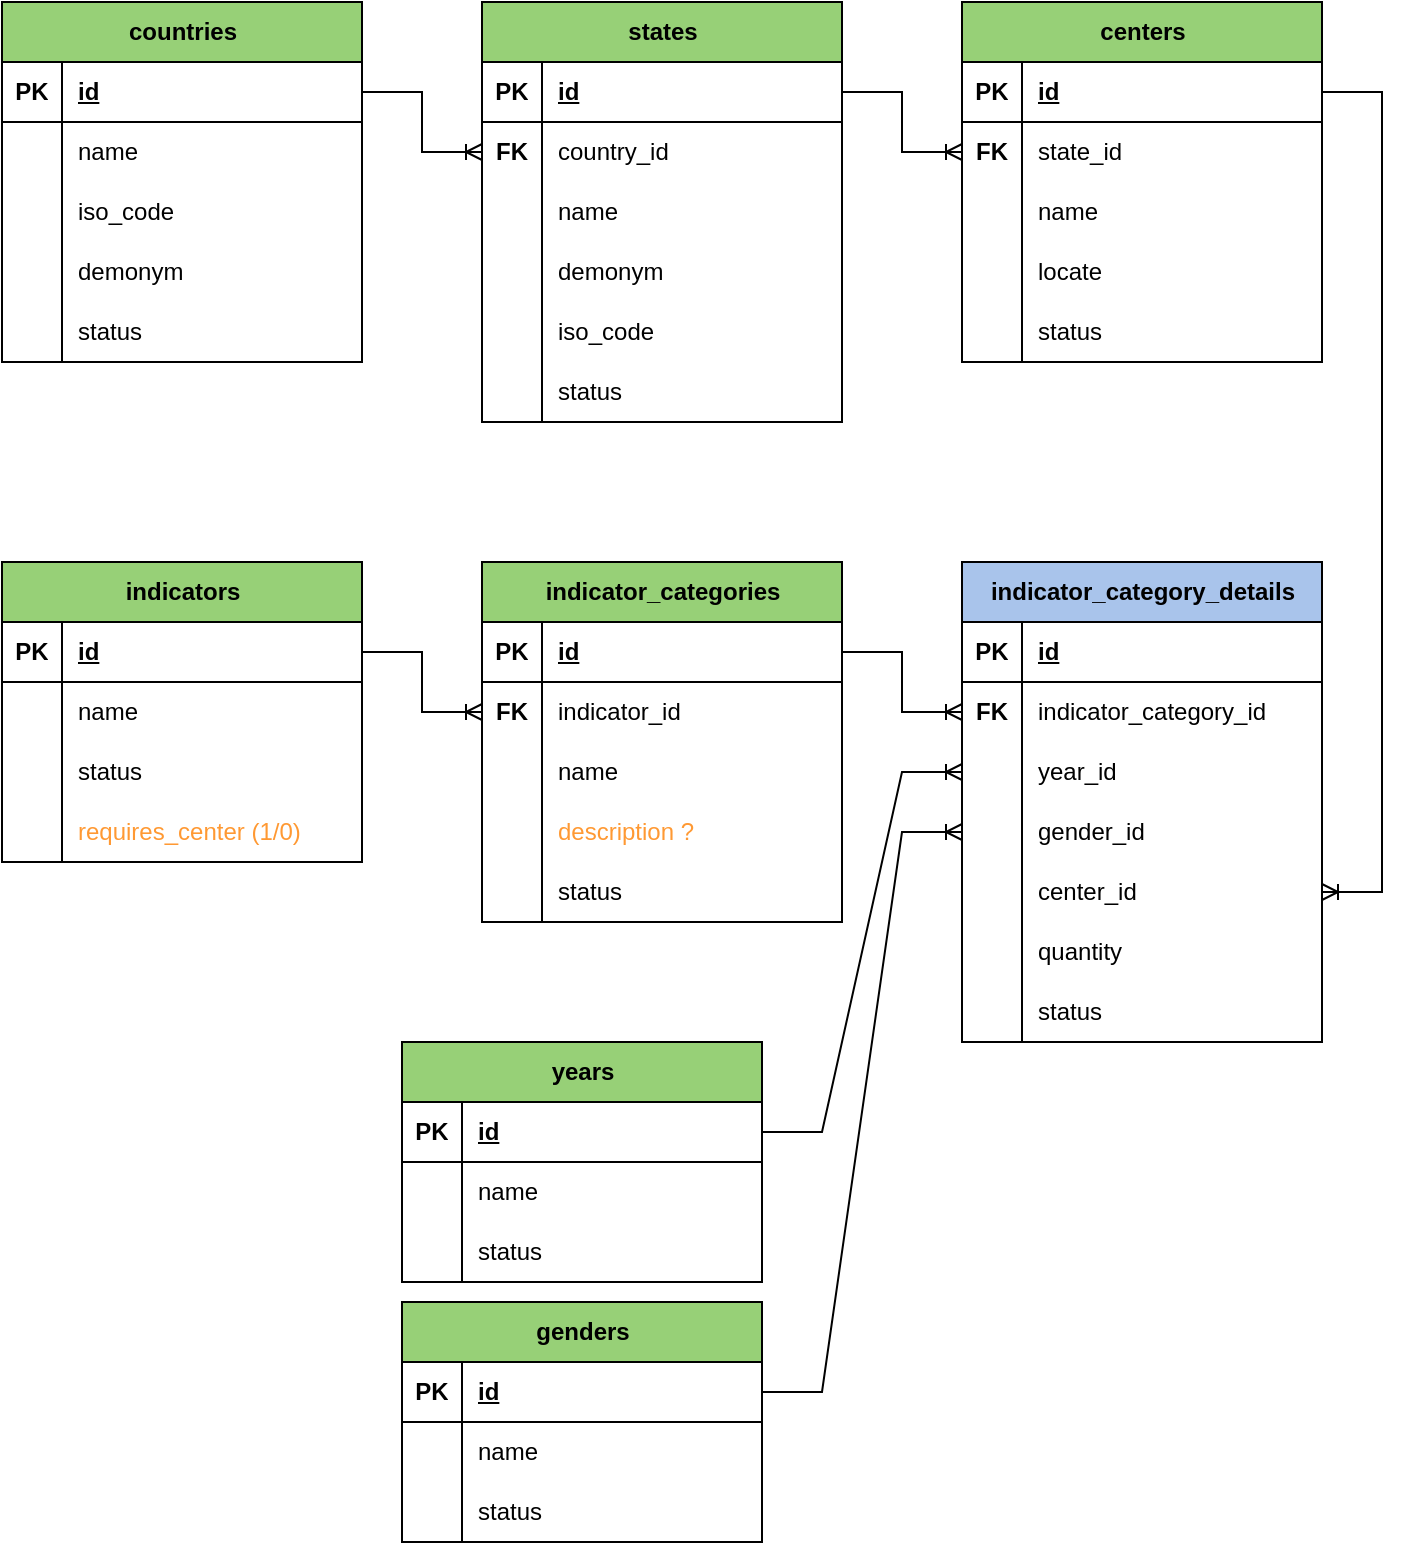
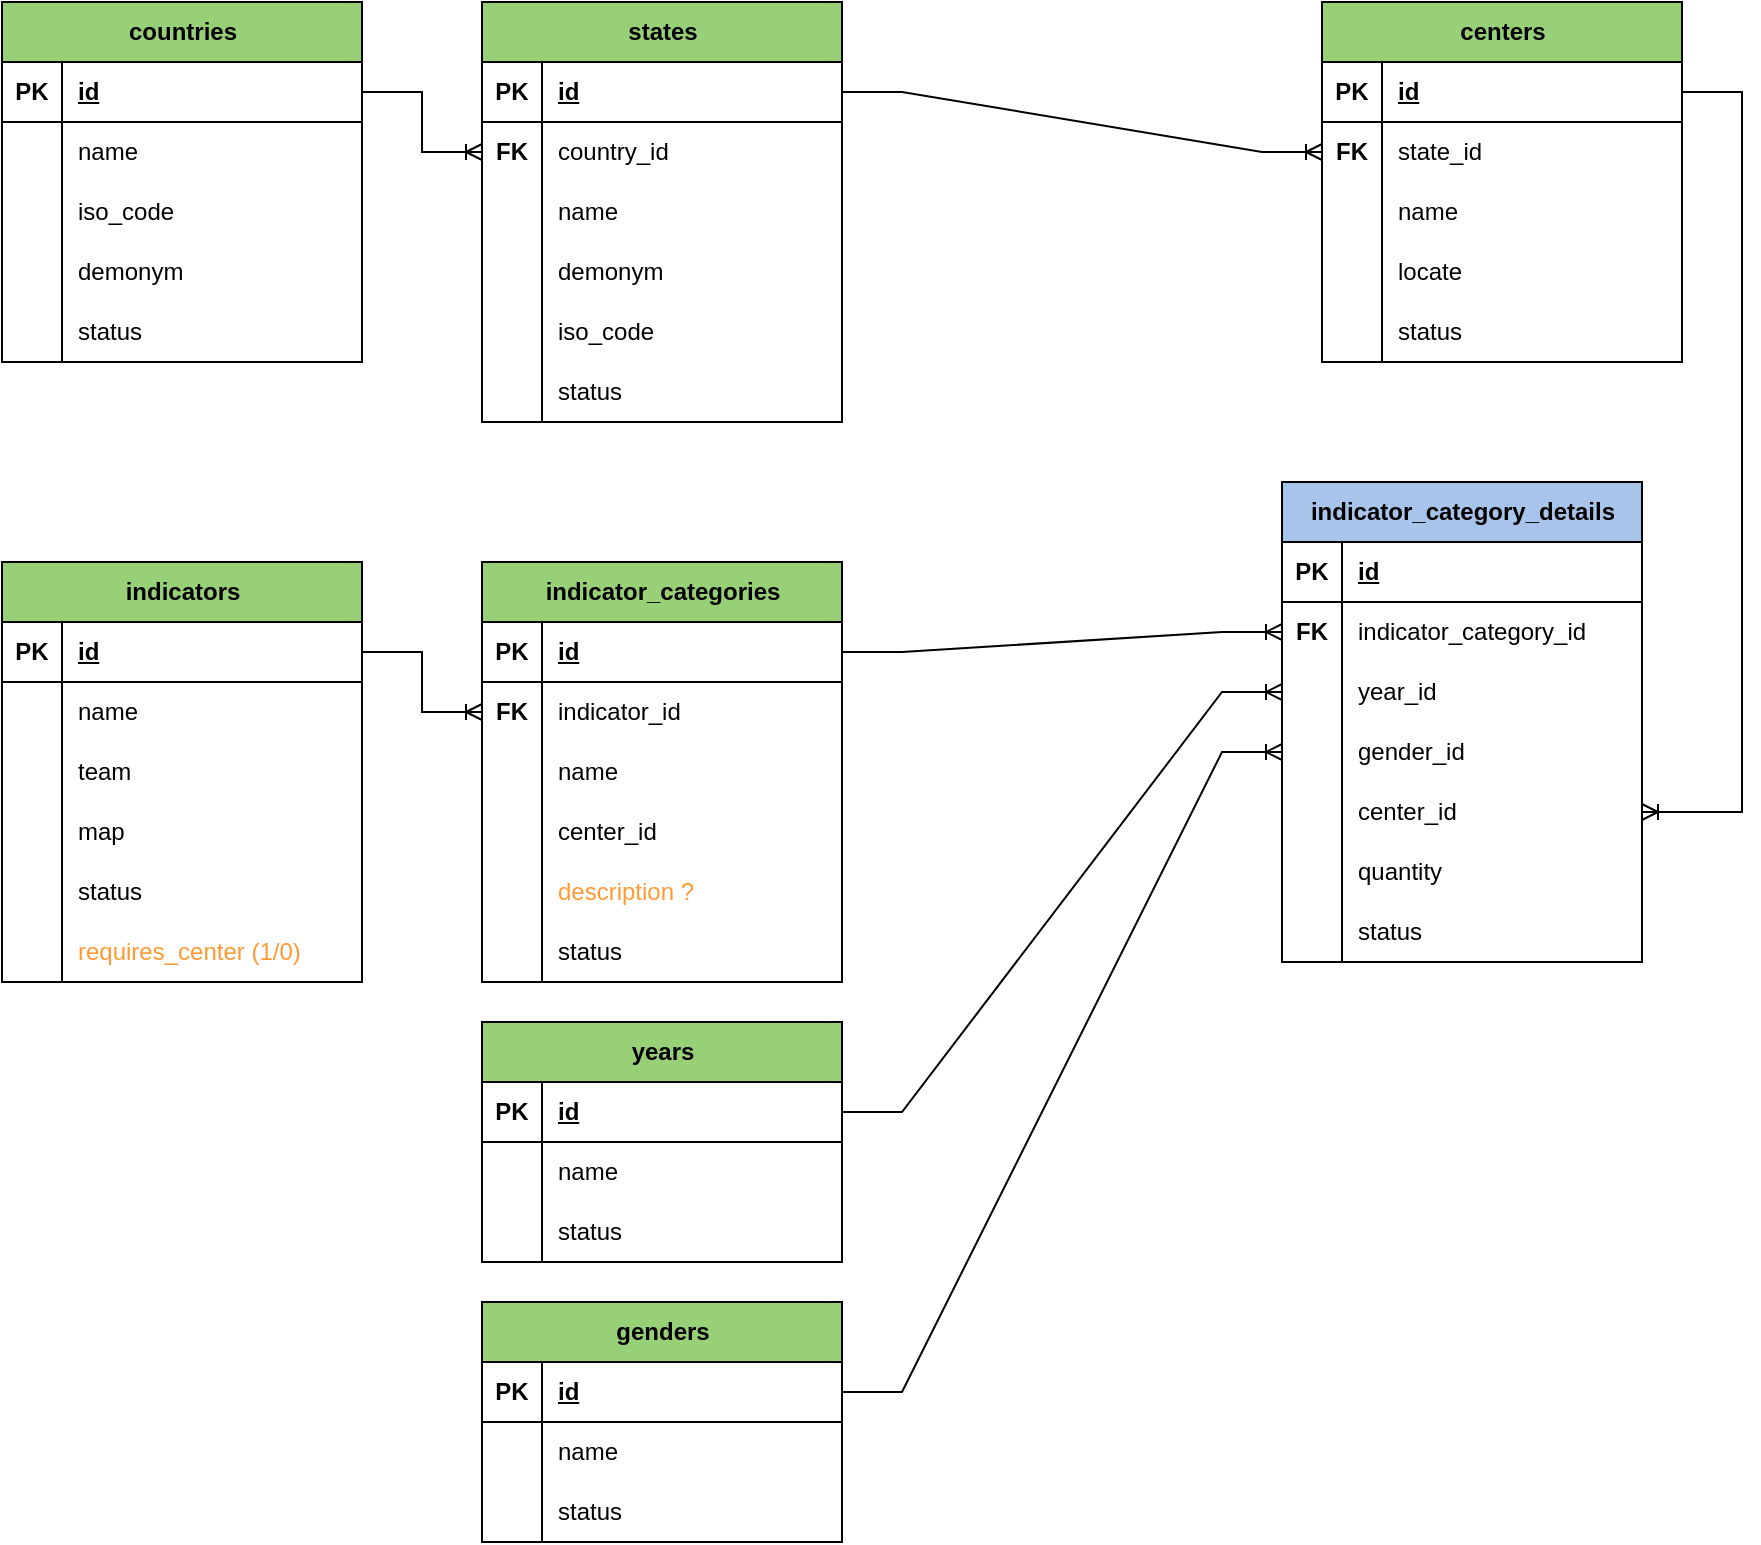
- <mxfile host="app.diagrams.net" agent="Mozilla/5.0 (Windows NT 10.0; Win64; x64) AppleWebKit/537.36 (KHTML, like Gecko) Chrome/142.0.0.0 Safari/537.36" version="29.2.6">
+ <mxfile host="app.diagrams.net" agent="Mozilla/5.0 (Windows NT 10.0; Win64; x64) AppleWebKit/537.36 (KHTML, like Gecko) Chrome/143.0.0.0 Safari/537.36" version="29.2.7">
  <diagram name="Página-1" id="_8EQAH1Wy183vU3yX7v0">
    <mxGraphModel dx="1426" dy="743" grid="1" gridSize="10" guides="1" tooltips="1" connect="1" arrows="1" fold="1" page="1" pageScale="1" pageWidth="827" pageHeight="1169" math="0" shadow="0">
      <root>
        <mxCell id="0" />
        <mxCell id="1" parent="0" />
        <mxCell id="jeW91b3SFmuc4ZiNpk8l-1" parent="1" style="shape=table;startSize=30;container=1;collapsible=1;childLayout=tableLayout;fixedRows=1;rowLines=0;fontStyle=1;align=center;resizeLast=1;html=1;fillColor=#97D077;" value="years" vertex="1">
-           <mxGeometry height="120" width="180" x="240" y="560" as="geometry" />
+           <mxGeometry height="120" width="180" x="280" y="550" as="geometry" />
        </mxCell>
        <mxCell id="jeW91b3SFmuc4ZiNpk8l-2" parent="jeW91b3SFmuc4ZiNpk8l-1" style="shape=tableRow;horizontal=0;startSize=0;swimlaneHead=0;swimlaneBody=0;fillColor=none;collapsible=0;dropTarget=0;points=[[0,0.5],[1,0.5]];portConstraint=eastwest;top=0;left=0;right=0;bottom=1;" value="" vertex="1">
          <mxGeometry height="30" width="180" y="30" as="geometry" />
        </mxCell>
        <mxCell id="jeW91b3SFmuc4ZiNpk8l-3" parent="jeW91b3SFmuc4ZiNpk8l-2" style="shape=partialRectangle;connectable=0;fillColor=none;top=0;left=0;bottom=0;right=0;fontStyle=1;overflow=hidden;whiteSpace=wrap;html=1;" value="PK" vertex="1">
          <mxGeometry height="30" width="30" as="geometry">
            <mxRectangle height="30" width="30" as="alternateBounds" />
          </mxGeometry>
        </mxCell>
        <mxCell id="jeW91b3SFmuc4ZiNpk8l-4" parent="jeW91b3SFmuc4ZiNpk8l-2" style="shape=partialRectangle;connectable=0;fillColor=none;top=0;left=0;bottom=0;right=0;align=left;spacingLeft=6;fontStyle=5;overflow=hidden;whiteSpace=wrap;html=1;" value="id" vertex="1">
          <mxGeometry height="30" width="150" x="30" as="geometry">
            <mxRectangle height="30" width="150" as="alternateBounds" />
          </mxGeometry>
        </mxCell>
        <mxCell id="jeW91b3SFmuc4ZiNpk8l-5" parent="jeW91b3SFmuc4ZiNpk8l-1" style="shape=tableRow;horizontal=0;startSize=0;swimlaneHead=0;swimlaneBody=0;fillColor=none;collapsible=0;dropTarget=0;points=[[0,0.5],[1,0.5]];portConstraint=eastwest;top=0;left=0;right=0;bottom=0;" value="" vertex="1">
          <mxGeometry height="30" width="180" y="60" as="geometry" />
        </mxCell>
        <mxCell id="jeW91b3SFmuc4ZiNpk8l-6" parent="jeW91b3SFmuc4ZiNpk8l-5" style="shape=partialRectangle;connectable=0;fillColor=none;top=0;left=0;bottom=0;right=0;editable=1;overflow=hidden;whiteSpace=wrap;html=1;" value="" vertex="1">
          <mxGeometry height="30" width="30" as="geometry">
            <mxRectangle height="30" width="30" as="alternateBounds" />
          </mxGeometry>
        </mxCell>
        <mxCell id="jeW91b3SFmuc4ZiNpk8l-7" parent="jeW91b3SFmuc4ZiNpk8l-5" style="shape=partialRectangle;connectable=0;fillColor=none;top=0;left=0;bottom=0;right=0;align=left;spacingLeft=6;overflow=hidden;whiteSpace=wrap;html=1;" value="name" vertex="1">
          <mxGeometry height="30" width="150" x="30" as="geometry">
            <mxRectangle height="30" width="150" as="alternateBounds" />
          </mxGeometry>
        </mxCell>
        <mxCell id="jeW91b3SFmuc4ZiNpk8l-8" parent="jeW91b3SFmuc4ZiNpk8l-1" style="shape=tableRow;horizontal=0;startSize=0;swimlaneHead=0;swimlaneBody=0;fillColor=none;collapsible=0;dropTarget=0;points=[[0,0.5],[1,0.5]];portConstraint=eastwest;top=0;left=0;right=0;bottom=0;" value="" vertex="1">
          <mxGeometry height="30" width="180" y="90" as="geometry" />
        </mxCell>
        <mxCell id="jeW91b3SFmuc4ZiNpk8l-9" parent="jeW91b3SFmuc4ZiNpk8l-8" style="shape=partialRectangle;connectable=0;fillColor=none;top=0;left=0;bottom=0;right=0;editable=1;overflow=hidden;whiteSpace=wrap;html=1;" value="" vertex="1">
          <mxGeometry height="30" width="30" as="geometry">
            <mxRectangle height="30" width="30" as="alternateBounds" />
          </mxGeometry>
        </mxCell>
        <mxCell id="jeW91b3SFmuc4ZiNpk8l-10" parent="jeW91b3SFmuc4ZiNpk8l-8" style="shape=partialRectangle;connectable=0;fillColor=none;top=0;left=0;bottom=0;right=0;align=left;spacingLeft=6;overflow=hidden;whiteSpace=wrap;html=1;" value="status" vertex="1">
          <mxGeometry height="30" width="150" x="30" as="geometry">
            <mxRectangle height="30" width="150" as="alternateBounds" />
          </mxGeometry>
        </mxCell>
        <mxCell id="jeW91b3SFmuc4ZiNpk8l-14" parent="1" style="shape=table;startSize=30;container=1;collapsible=1;childLayout=tableLayout;fixedRows=1;rowLines=0;fontStyle=1;align=center;resizeLast=1;html=1;fillColor=#97D077;" value="indicators" vertex="1">
-           <mxGeometry height="150" width="180" x="40" y="320" as="geometry" />
+           <mxGeometry height="210" width="180" x="40" y="320" as="geometry" />
        </mxCell>
        <mxCell id="jeW91b3SFmuc4ZiNpk8l-15" parent="jeW91b3SFmuc4ZiNpk8l-14" style="shape=tableRow;horizontal=0;startSize=0;swimlaneHead=0;swimlaneBody=0;fillColor=none;collapsible=0;dropTarget=0;points=[[0,0.5],[1,0.5]];portConstraint=eastwest;top=0;left=0;right=0;bottom=1;" value="" vertex="1">
          <mxGeometry height="30" width="180" y="30" as="geometry" />
        </mxCell>
        <mxCell id="jeW91b3SFmuc4ZiNpk8l-16" parent="jeW91b3SFmuc4ZiNpk8l-15" style="shape=partialRectangle;connectable=0;fillColor=none;top=0;left=0;bottom=0;right=0;fontStyle=1;overflow=hidden;whiteSpace=wrap;html=1;" value="PK" vertex="1">
          <mxGeometry height="30" width="30" as="geometry">
            <mxRectangle height="30" width="30" as="alternateBounds" />
          </mxGeometry>
        </mxCell>
        <mxCell id="jeW91b3SFmuc4ZiNpk8l-17" parent="jeW91b3SFmuc4ZiNpk8l-15" style="shape=partialRectangle;connectable=0;fillColor=none;top=0;left=0;bottom=0;right=0;align=left;spacingLeft=6;fontStyle=5;overflow=hidden;whiteSpace=wrap;html=1;" value="id" vertex="1">
          <mxGeometry height="30" width="150" x="30" as="geometry">
            <mxRectangle height="30" width="150" as="alternateBounds" />
          </mxGeometry>
        </mxCell>
        <mxCell id="jeW91b3SFmuc4ZiNpk8l-18" parent="jeW91b3SFmuc4ZiNpk8l-14" style="shape=tableRow;horizontal=0;startSize=0;swimlaneHead=0;swimlaneBody=0;fillColor=none;collapsible=0;dropTarget=0;points=[[0,0.5],[1,0.5]];portConstraint=eastwest;top=0;left=0;right=0;bottom=0;" value="" vertex="1">
          <mxGeometry height="30" width="180" y="60" as="geometry" />
        </mxCell>
        <mxCell id="jeW91b3SFmuc4ZiNpk8l-19" parent="jeW91b3SFmuc4ZiNpk8l-18" style="shape=partialRectangle;connectable=0;fillColor=none;top=0;left=0;bottom=0;right=0;editable=1;overflow=hidden;whiteSpace=wrap;html=1;" value="" vertex="1">
          <mxGeometry height="30" width="30" as="geometry">
            <mxRectangle height="30" width="30" as="alternateBounds" />
          </mxGeometry>
        </mxCell>
        <mxCell id="jeW91b3SFmuc4ZiNpk8l-20" parent="jeW91b3SFmuc4ZiNpk8l-18" style="shape=partialRectangle;connectable=0;fillColor=none;top=0;left=0;bottom=0;right=0;align=left;spacingLeft=6;overflow=hidden;whiteSpace=wrap;html=1;" value="name" vertex="1">
          <mxGeometry height="30" width="150" x="30" as="geometry">
            <mxRectangle height="30" width="150" as="alternateBounds" />
          </mxGeometry>
        </mxCell>
-         <mxCell id="jeW91b3SFmuc4ZiNpk8l-21" parent="jeW91b3SFmuc4ZiNpk8l-14" style="shape=tableRow;horizontal=0;startSize=0;swimlaneHead=0;swimlaneBody=0;fillColor=none;collapsible=0;dropTarget=0;points=[[0,0.5],[1,0.5]];portConstraint=eastwest;top=0;left=0;right=0;bottom=0;" value="" vertex="1">
-           <mxGeometry height="30" width="180" y="90" as="geometry" />
-         </mxCell>
-         <mxCell id="jeW91b3SFmuc4ZiNpk8l-22" parent="jeW91b3SFmuc4ZiNpk8l-21" style="shape=partialRectangle;connectable=0;fillColor=none;top=0;left=0;bottom=0;right=0;editable=1;overflow=hidden;whiteSpace=wrap;html=1;" value="" vertex="1">
-           <mxGeometry height="30" width="30" as="geometry">
-             <mxRectangle height="30" width="30" as="alternateBounds" />
-           </mxGeometry>
-         </mxCell>
-         <mxCell id="jeW91b3SFmuc4ZiNpk8l-23" parent="jeW91b3SFmuc4ZiNpk8l-21" style="shape=partialRectangle;connectable=0;fillColor=none;top=0;left=0;bottom=0;right=0;align=left;spacingLeft=6;overflow=hidden;whiteSpace=wrap;html=1;" value="status" vertex="1">
+         <mxCell id="Tr3dRubQJtcB0Lx8Occ9-4" parent="jeW91b3SFmuc4ZiNpk8l-14" style="shape=tableRow;horizontal=0;startSize=0;swimlaneHead=0;swimlaneBody=0;fillColor=none;collapsible=0;dropTarget=0;points=[[0,0.5],[1,0.5]];portConstraint=eastwest;top=0;left=0;right=0;bottom=0;" vertex="1">
+           <mxGeometry height="30" width="180" y="90" as="geometry" />
+         </mxCell>
+         <mxCell id="Tr3dRubQJtcB0Lx8Occ9-5" parent="Tr3dRubQJtcB0Lx8Occ9-4" style="shape=partialRectangle;connectable=0;fillColor=none;top=0;left=0;bottom=0;right=0;editable=1;overflow=hidden;whiteSpace=wrap;html=1;" vertex="1">
+           <mxGeometry height="30" width="30" as="geometry">
+             <mxRectangle height="30" width="30" as="alternateBounds" />
+           </mxGeometry>
+         </mxCell>
+         <mxCell id="Tr3dRubQJtcB0Lx8Occ9-6" parent="Tr3dRubQJtcB0Lx8Occ9-4" style="shape=partialRectangle;connectable=0;fillColor=none;top=0;left=0;bottom=0;right=0;align=left;spacingLeft=6;overflow=hidden;whiteSpace=wrap;html=1;" value="team" vertex="1">
+           <mxGeometry height="30" width="150" x="30" as="geometry">
+             <mxRectangle height="30" width="150" as="alternateBounds" />
+           </mxGeometry>
+         </mxCell>
+         <mxCell id="Tr3dRubQJtcB0Lx8Occ9-1" parent="jeW91b3SFmuc4ZiNpk8l-14" style="shape=tableRow;horizontal=0;startSize=0;swimlaneHead=0;swimlaneBody=0;fillColor=none;collapsible=0;dropTarget=0;points=[[0,0.5],[1,0.5]];portConstraint=eastwest;top=0;left=0;right=0;bottom=0;" vertex="1">
+           <mxGeometry height="30" width="180" y="120" as="geometry" />
+         </mxCell>
+         <mxCell id="Tr3dRubQJtcB0Lx8Occ9-2" parent="Tr3dRubQJtcB0Lx8Occ9-1" style="shape=partialRectangle;connectable=0;fillColor=none;top=0;left=0;bottom=0;right=0;editable=1;overflow=hidden;whiteSpace=wrap;html=1;" vertex="1">
+           <mxGeometry height="30" width="30" as="geometry">
+             <mxRectangle height="30" width="30" as="alternateBounds" />
+           </mxGeometry>
+         </mxCell>
+         <mxCell id="Tr3dRubQJtcB0Lx8Occ9-3" parent="Tr3dRubQJtcB0Lx8Occ9-1" style="shape=partialRectangle;connectable=0;fillColor=none;top=0;left=0;bottom=0;right=0;align=left;spacingLeft=6;overflow=hidden;whiteSpace=wrap;html=1;" value="map" vertex="1">
+           <mxGeometry height="30" width="150" x="30" as="geometry">
+             <mxRectangle height="30" width="150" as="alternateBounds" />
+           </mxGeometry>
+         </mxCell>
+         <mxCell id="Tr3dRubQJtcB0Lx8Occ9-7" parent="jeW91b3SFmuc4ZiNpk8l-14" style="shape=tableRow;horizontal=0;startSize=0;swimlaneHead=0;swimlaneBody=0;fillColor=none;collapsible=0;dropTarget=0;points=[[0,0.5],[1,0.5]];portConstraint=eastwest;top=0;left=0;right=0;bottom=0;" vertex="1">
+           <mxGeometry height="30" width="180" y="150" as="geometry" />
+         </mxCell>
+         <mxCell id="Tr3dRubQJtcB0Lx8Occ9-8" parent="Tr3dRubQJtcB0Lx8Occ9-7" style="shape=partialRectangle;connectable=0;fillColor=none;top=0;left=0;bottom=0;right=0;editable=1;overflow=hidden;whiteSpace=wrap;html=1;" vertex="1">
+           <mxGeometry height="30" width="30" as="geometry">
+             <mxRectangle height="30" width="30" as="alternateBounds" />
+           </mxGeometry>
+         </mxCell>
+         <mxCell id="Tr3dRubQJtcB0Lx8Occ9-9" parent="Tr3dRubQJtcB0Lx8Occ9-7" style="shape=partialRectangle;connectable=0;fillColor=none;top=0;left=0;bottom=0;right=0;align=left;spacingLeft=6;overflow=hidden;whiteSpace=wrap;html=1;" value="status" vertex="1">
          <mxGeometry height="30" width="150" x="30" as="geometry">
            <mxRectangle height="30" width="150" as="alternateBounds" />
          </mxGeometry>
        </mxCell>
        <mxCell id="jeW91b3SFmuc4ZiNpk8l-24" parent="jeW91b3SFmuc4ZiNpk8l-14" style="shape=tableRow;horizontal=0;startSize=0;swimlaneHead=0;swimlaneBody=0;fillColor=none;collapsible=0;dropTarget=0;points=[[0,0.5],[1,0.5]];portConstraint=eastwest;top=0;left=0;right=0;bottom=0;" value="" vertex="1">
-           <mxGeometry height="30" width="180" y="120" as="geometry" />
+           <mxGeometry height="30" width="180" y="180" as="geometry" />
        </mxCell>
        <mxCell id="jeW91b3SFmuc4ZiNpk8l-25" parent="jeW91b3SFmuc4ZiNpk8l-24" style="shape=partialRectangle;connectable=0;fillColor=none;top=0;left=0;bottom=0;right=0;editable=1;overflow=hidden;whiteSpace=wrap;html=1;" value="" vertex="1">
          <mxGeometry height="30" width="30" as="geometry">
            <mxRectangle height="30" width="30" as="alternateBounds" />
          </mxGeometry>
        </mxCell>
        <mxCell id="jeW91b3SFmuc4ZiNpk8l-26" parent="jeW91b3SFmuc4ZiNpk8l-24" style="shape=partialRectangle;connectable=0;fillColor=none;top=0;left=0;bottom=0;right=0;align=left;spacingLeft=6;overflow=hidden;whiteSpace=wrap;html=1;" value="&lt;font style=&quot;color: rgb(255, 153, 51);&quot;&gt;requires_center (1/0)&lt;/font&gt;" vertex="1">
          <mxGeometry height="30" width="150" x="30" as="geometry">
            <mxRectangle height="30" width="150" as="alternateBounds" />
          </mxGeometry>
        </mxCell>
        <mxCell id="jeW91b3SFmuc4ZiNpk8l-27" parent="1" style="shape=table;startSize=30;container=1;collapsible=1;childLayout=tableLayout;fixedRows=1;rowLines=0;fontStyle=1;align=center;resizeLast=1;html=1;fillColor=#97D077;" value="centers" vertex="1">
-           <mxGeometry height="180" width="180" x="520" y="40" as="geometry" />
+           <mxGeometry height="180" width="180" x="700" y="40" as="geometry" />
        </mxCell>
        <mxCell id="jeW91b3SFmuc4ZiNpk8l-28" parent="jeW91b3SFmuc4ZiNpk8l-27" style="shape=tableRow;horizontal=0;startSize=0;swimlaneHead=0;swimlaneBody=0;fillColor=none;collapsible=0;dropTarget=0;points=[[0,0.5],[1,0.5]];portConstraint=eastwest;top=0;left=0;right=0;bottom=1;" value="" vertex="1">
          <mxGeometry height="30" width="180" y="30" as="geometry" />
        </mxCell>
        <mxCell id="jeW91b3SFmuc4ZiNpk8l-29" parent="jeW91b3SFmuc4ZiNpk8l-28" style="shape=partialRectangle;connectable=0;fillColor=none;top=0;left=0;bottom=0;right=0;fontStyle=1;overflow=hidden;whiteSpace=wrap;html=1;" value="PK" vertex="1">
          <mxGeometry height="30" width="30" as="geometry">
            <mxRectangle height="30" width="30" as="alternateBounds" />
          </mxGeometry>
        </mxCell>
        <mxCell id="jeW91b3SFmuc4ZiNpk8l-30" parent="jeW91b3SFmuc4ZiNpk8l-28" style="shape=partialRectangle;connectable=0;fillColor=none;top=0;left=0;bottom=0;right=0;align=left;spacingLeft=6;fontStyle=5;overflow=hidden;whiteSpace=wrap;html=1;" value="id" vertex="1">
          <mxGeometry height="30" width="150" x="30" as="geometry">
            <mxRectangle height="30" width="150" as="alternateBounds" />
          </mxGeometry>
        </mxCell>
        <mxCell id="jeW91b3SFmuc4ZiNpk8l-31" parent="jeW91b3SFmuc4ZiNpk8l-27" style="shape=tableRow;horizontal=0;startSize=0;swimlaneHead=0;swimlaneBody=0;fillColor=none;collapsible=0;dropTarget=0;points=[[0,0.5],[1,0.5]];portConstraint=eastwest;top=0;left=0;right=0;bottom=0;" value="" vertex="1">
          <mxGeometry height="30" width="180" y="60" as="geometry" />
        </mxCell>
        <mxCell id="jeW91b3SFmuc4ZiNpk8l-32" parent="jeW91b3SFmuc4ZiNpk8l-31" style="shape=partialRectangle;connectable=0;fillColor=none;top=0;left=0;bottom=0;right=0;editable=1;overflow=hidden;whiteSpace=wrap;html=1;" value="&lt;b&gt;FK&lt;/b&gt;" vertex="1">
          <mxGeometry height="30" width="30" as="geometry">
            <mxRectangle height="30" width="30" as="alternateBounds" />
          </mxGeometry>
        </mxCell>
        <mxCell id="jeW91b3SFmuc4ZiNpk8l-33" parent="jeW91b3SFmuc4ZiNpk8l-31" style="shape=partialRectangle;connectable=0;fillColor=none;top=0;left=0;bottom=0;right=0;align=left;spacingLeft=6;overflow=hidden;whiteSpace=wrap;html=1;" value="state_id" vertex="1">
          <mxGeometry height="30" width="150" x="30" as="geometry">
            <mxRectangle height="30" width="150" as="alternateBounds" />
          </mxGeometry>
        </mxCell>
        <mxCell id="jeW91b3SFmuc4ZiNpk8l-34" parent="jeW91b3SFmuc4ZiNpk8l-27" style="shape=tableRow;horizontal=0;startSize=0;swimlaneHead=0;swimlaneBody=0;fillColor=none;collapsible=0;dropTarget=0;points=[[0,0.5],[1,0.5]];portConstraint=eastwest;top=0;left=0;right=0;bottom=0;" value="" vertex="1">
          <mxGeometry height="30" width="180" y="90" as="geometry" />
        </mxCell>
        <mxCell id="jeW91b3SFmuc4ZiNpk8l-35" parent="jeW91b3SFmuc4ZiNpk8l-34" style="shape=partialRectangle;connectable=0;fillColor=none;top=0;left=0;bottom=0;right=0;editable=1;overflow=hidden;whiteSpace=wrap;html=1;" value="" vertex="1">
          <mxGeometry height="30" width="30" as="geometry">
            <mxRectangle height="30" width="30" as="alternateBounds" />
          </mxGeometry>
        </mxCell>
        <mxCell id="jeW91b3SFmuc4ZiNpk8l-36" parent="jeW91b3SFmuc4ZiNpk8l-34" style="shape=partialRectangle;connectable=0;fillColor=none;top=0;left=0;bottom=0;right=0;align=left;spacingLeft=6;overflow=hidden;whiteSpace=wrap;html=1;" value="name" vertex="1">
          <mxGeometry height="30" width="150" x="30" as="geometry">
            <mxRectangle height="30" width="150" as="alternateBounds" />
          </mxGeometry>
        </mxCell>
        <mxCell id="jeW91b3SFmuc4ZiNpk8l-37" parent="jeW91b3SFmuc4ZiNpk8l-27" style="shape=tableRow;horizontal=0;startSize=0;swimlaneHead=0;swimlaneBody=0;fillColor=none;collapsible=0;dropTarget=0;points=[[0,0.5],[1,0.5]];portConstraint=eastwest;top=0;left=0;right=0;bottom=0;" value="" vertex="1">
          <mxGeometry height="30" width="180" y="120" as="geometry" />
        </mxCell>
        <mxCell id="jeW91b3SFmuc4ZiNpk8l-38" parent="jeW91b3SFmuc4ZiNpk8l-37" style="shape=partialRectangle;connectable=0;fillColor=none;top=0;left=0;bottom=0;right=0;editable=1;overflow=hidden;whiteSpace=wrap;html=1;" value="" vertex="1">
          <mxGeometry height="30" width="30" as="geometry">
            <mxRectangle height="30" width="30" as="alternateBounds" />
          </mxGeometry>
        </mxCell>
        <mxCell id="jeW91b3SFmuc4ZiNpk8l-39" parent="jeW91b3SFmuc4ZiNpk8l-37" style="shape=partialRectangle;connectable=0;fillColor=none;top=0;left=0;bottom=0;right=0;align=left;spacingLeft=6;overflow=hidden;whiteSpace=wrap;html=1;" value="locate" vertex="1">
          <mxGeometry height="30" width="150" x="30" as="geometry">
            <mxRectangle height="30" width="150" as="alternateBounds" />
          </mxGeometry>
        </mxCell>
        <mxCell id="jeW91b3SFmuc4ZiNpk8l-72" parent="jeW91b3SFmuc4ZiNpk8l-27" style="shape=tableRow;horizontal=0;startSize=0;swimlaneHead=0;swimlaneBody=0;fillColor=none;collapsible=0;dropTarget=0;points=[[0,0.5],[1,0.5]];portConstraint=eastwest;top=0;left=0;right=0;bottom=0;" vertex="1">
          <mxGeometry height="30" width="180" y="150" as="geometry" />
        </mxCell>
        <mxCell id="jeW91b3SFmuc4ZiNpk8l-73" parent="jeW91b3SFmuc4ZiNpk8l-72" style="shape=partialRectangle;connectable=0;fillColor=none;top=0;left=0;bottom=0;right=0;editable=1;overflow=hidden;whiteSpace=wrap;html=1;" vertex="1">
          <mxGeometry height="30" width="30" as="geometry">
            <mxRectangle height="30" width="30" as="alternateBounds" />
          </mxGeometry>
        </mxCell>
        <mxCell id="jeW91b3SFmuc4ZiNpk8l-74" parent="jeW91b3SFmuc4ZiNpk8l-72" style="shape=partialRectangle;connectable=0;fillColor=none;top=0;left=0;bottom=0;right=0;align=left;spacingLeft=6;overflow=hidden;whiteSpace=wrap;html=1;" value="status" vertex="1">
          <mxGeometry height="30" width="150" x="30" as="geometry">
            <mxRectangle height="30" width="150" as="alternateBounds" />
          </mxGeometry>
        </mxCell>
        <mxCell id="jeW91b3SFmuc4ZiNpk8l-40" parent="1" style="shape=table;startSize=30;container=1;collapsible=1;childLayout=tableLayout;fixedRows=1;rowLines=0;fontStyle=1;align=center;resizeLast=1;html=1;fillColor=#97D077;" value="countries" vertex="1">
          <mxGeometry height="180" width="180" x="40" y="40" as="geometry" />
        </mxCell>
        <mxCell id="jeW91b3SFmuc4ZiNpk8l-41" parent="jeW91b3SFmuc4ZiNpk8l-40" style="shape=tableRow;horizontal=0;startSize=0;swimlaneHead=0;swimlaneBody=0;fillColor=none;collapsible=0;dropTarget=0;points=[[0,0.5],[1,0.5]];portConstraint=eastwest;top=0;left=0;right=0;bottom=1;" value="" vertex="1">
          <mxGeometry height="30" width="180" y="30" as="geometry" />
        </mxCell>
        <mxCell id="jeW91b3SFmuc4ZiNpk8l-42" parent="jeW91b3SFmuc4ZiNpk8l-41" style="shape=partialRectangle;connectable=0;fillColor=none;top=0;left=0;bottom=0;right=0;fontStyle=1;overflow=hidden;whiteSpace=wrap;html=1;" value="PK" vertex="1">
          <mxGeometry height="30" width="30" as="geometry">
            <mxRectangle height="30" width="30" as="alternateBounds" />
          </mxGeometry>
        </mxCell>
        <mxCell id="jeW91b3SFmuc4ZiNpk8l-43" parent="jeW91b3SFmuc4ZiNpk8l-41" style="shape=partialRectangle;connectable=0;fillColor=none;top=0;left=0;bottom=0;right=0;align=left;spacingLeft=6;fontStyle=5;overflow=hidden;whiteSpace=wrap;html=1;" value="id" vertex="1">
          <mxGeometry height="30" width="150" x="30" as="geometry">
            <mxRectangle height="30" width="150" as="alternateBounds" />
          </mxGeometry>
        </mxCell>
        <mxCell id="jeW91b3SFmuc4ZiNpk8l-44" parent="jeW91b3SFmuc4ZiNpk8l-40" style="shape=tableRow;horizontal=0;startSize=0;swimlaneHead=0;swimlaneBody=0;fillColor=none;collapsible=0;dropTarget=0;points=[[0,0.5],[1,0.5]];portConstraint=eastwest;top=0;left=0;right=0;bottom=0;" value="" vertex="1">
          <mxGeometry height="30" width="180" y="60" as="geometry" />
        </mxCell>
        <mxCell id="jeW91b3SFmuc4ZiNpk8l-45" parent="jeW91b3SFmuc4ZiNpk8l-44" style="shape=partialRectangle;connectable=0;fillColor=none;top=0;left=0;bottom=0;right=0;editable=1;overflow=hidden;whiteSpace=wrap;html=1;" value="" vertex="1">
          <mxGeometry height="30" width="30" as="geometry">
            <mxRectangle height="30" width="30" as="alternateBounds" />
          </mxGeometry>
        </mxCell>
        <mxCell id="jeW91b3SFmuc4ZiNpk8l-46" parent="jeW91b3SFmuc4ZiNpk8l-44" style="shape=partialRectangle;connectable=0;fillColor=none;top=0;left=0;bottom=0;right=0;align=left;spacingLeft=6;overflow=hidden;whiteSpace=wrap;html=1;" value="name" vertex="1">
          <mxGeometry height="30" width="150" x="30" as="geometry">
            <mxRectangle height="30" width="150" as="alternateBounds" />
          </mxGeometry>
        </mxCell>
        <mxCell id="jeW91b3SFmuc4ZiNpk8l-47" parent="jeW91b3SFmuc4ZiNpk8l-40" style="shape=tableRow;horizontal=0;startSize=0;swimlaneHead=0;swimlaneBody=0;fillColor=none;collapsible=0;dropTarget=0;points=[[0,0.5],[1,0.5]];portConstraint=eastwest;top=0;left=0;right=0;bottom=0;" value="" vertex="1">
          <mxGeometry height="30" width="180" y="90" as="geometry" />
        </mxCell>
        <mxCell id="jeW91b3SFmuc4ZiNpk8l-48" parent="jeW91b3SFmuc4ZiNpk8l-47" style="shape=partialRectangle;connectable=0;fillColor=none;top=0;left=0;bottom=0;right=0;editable=1;overflow=hidden;whiteSpace=wrap;html=1;" value="" vertex="1">
          <mxGeometry height="30" width="30" as="geometry">
            <mxRectangle height="30" width="30" as="alternateBounds" />
          </mxGeometry>
        </mxCell>
        <mxCell id="jeW91b3SFmuc4ZiNpk8l-49" parent="jeW91b3SFmuc4ZiNpk8l-47" style="shape=partialRectangle;connectable=0;fillColor=none;top=0;left=0;bottom=0;right=0;align=left;spacingLeft=6;overflow=hidden;whiteSpace=wrap;html=1;" value="iso_code" vertex="1">
          <mxGeometry height="30" width="150" x="30" as="geometry">
            <mxRectangle height="30" width="150" as="alternateBounds" />
          </mxGeometry>
        </mxCell>
        <mxCell id="jeW91b3SFmuc4ZiNpk8l-136" parent="jeW91b3SFmuc4ZiNpk8l-40" style="shape=tableRow;horizontal=0;startSize=0;swimlaneHead=0;swimlaneBody=0;fillColor=none;collapsible=0;dropTarget=0;points=[[0,0.5],[1,0.5]];portConstraint=eastwest;top=0;left=0;right=0;bottom=0;" vertex="1">
          <mxGeometry height="30" width="180" y="120" as="geometry" />
        </mxCell>
        <mxCell id="jeW91b3SFmuc4ZiNpk8l-137" parent="jeW91b3SFmuc4ZiNpk8l-136" style="shape=partialRectangle;connectable=0;fillColor=none;top=0;left=0;bottom=0;right=0;editable=1;overflow=hidden;whiteSpace=wrap;html=1;" vertex="1">
          <mxGeometry height="30" width="30" as="geometry">
            <mxRectangle height="30" width="30" as="alternateBounds" />
          </mxGeometry>
        </mxCell>
        <mxCell id="jeW91b3SFmuc4ZiNpk8l-138" parent="jeW91b3SFmuc4ZiNpk8l-136" style="shape=partialRectangle;connectable=0;fillColor=none;top=0;left=0;bottom=0;right=0;align=left;spacingLeft=6;overflow=hidden;whiteSpace=wrap;html=1;" value="demonym&amp;nbsp;" vertex="1">
          <mxGeometry height="30" width="150" x="30" as="geometry">
            <mxRectangle height="30" width="150" as="alternateBounds" />
          </mxGeometry>
        </mxCell>
        <mxCell id="jeW91b3SFmuc4ZiNpk8l-50" parent="jeW91b3SFmuc4ZiNpk8l-40" style="shape=tableRow;horizontal=0;startSize=0;swimlaneHead=0;swimlaneBody=0;fillColor=none;collapsible=0;dropTarget=0;points=[[0,0.5],[1,0.5]];portConstraint=eastwest;top=0;left=0;right=0;bottom=0;" value="" vertex="1">
          <mxGeometry height="30" width="180" y="150" as="geometry" />
        </mxCell>
        <mxCell id="jeW91b3SFmuc4ZiNpk8l-51" parent="jeW91b3SFmuc4ZiNpk8l-50" style="shape=partialRectangle;connectable=0;fillColor=none;top=0;left=0;bottom=0;right=0;editable=1;overflow=hidden;whiteSpace=wrap;html=1;" value="" vertex="1">
          <mxGeometry height="30" width="30" as="geometry">
            <mxRectangle height="30" width="30" as="alternateBounds" />
          </mxGeometry>
        </mxCell>
        <mxCell id="jeW91b3SFmuc4ZiNpk8l-52" parent="jeW91b3SFmuc4ZiNpk8l-50" style="shape=partialRectangle;connectable=0;fillColor=none;top=0;left=0;bottom=0;right=0;align=left;spacingLeft=6;overflow=hidden;whiteSpace=wrap;html=1;" value="status" vertex="1">
          <mxGeometry height="30" width="150" x="30" as="geometry">
            <mxRectangle height="30" width="150" as="alternateBounds" />
          </mxGeometry>
        </mxCell>
        <mxCell id="jeW91b3SFmuc4ZiNpk8l-53" parent="1" style="shape=table;startSize=30;container=1;collapsible=1;childLayout=tableLayout;fixedRows=1;rowLines=0;fontStyle=1;align=center;resizeLast=1;html=1;fillColor=#97D077;" value="states" vertex="1">
          <mxGeometry height="210" width="180" x="280" y="40" as="geometry" />
        </mxCell>
        <mxCell id="jeW91b3SFmuc4ZiNpk8l-54" parent="jeW91b3SFmuc4ZiNpk8l-53" style="shape=tableRow;horizontal=0;startSize=0;swimlaneHead=0;swimlaneBody=0;fillColor=none;collapsible=0;dropTarget=0;points=[[0,0.5],[1,0.5]];portConstraint=eastwest;top=0;left=0;right=0;bottom=1;" value="" vertex="1">
          <mxGeometry height="30" width="180" y="30" as="geometry" />
        </mxCell>
        <mxCell id="jeW91b3SFmuc4ZiNpk8l-55" parent="jeW91b3SFmuc4ZiNpk8l-54" style="shape=partialRectangle;connectable=0;fillColor=none;top=0;left=0;bottom=0;right=0;fontStyle=1;overflow=hidden;whiteSpace=wrap;html=1;" value="PK" vertex="1">
          <mxGeometry height="30" width="30" as="geometry">
            <mxRectangle height="30" width="30" as="alternateBounds" />
          </mxGeometry>
        </mxCell>
        <mxCell id="jeW91b3SFmuc4ZiNpk8l-56" parent="jeW91b3SFmuc4ZiNpk8l-54" style="shape=partialRectangle;connectable=0;fillColor=none;top=0;left=0;bottom=0;right=0;align=left;spacingLeft=6;fontStyle=5;overflow=hidden;whiteSpace=wrap;html=1;" value="id" vertex="1">
          <mxGeometry height="30" width="150" x="30" as="geometry">
            <mxRectangle height="30" width="150" as="alternateBounds" />
          </mxGeometry>
        </mxCell>
        <mxCell id="jeW91b3SFmuc4ZiNpk8l-57" parent="jeW91b3SFmuc4ZiNpk8l-53" style="shape=tableRow;horizontal=0;startSize=0;swimlaneHead=0;swimlaneBody=0;fillColor=none;collapsible=0;dropTarget=0;points=[[0,0.5],[1,0.5]];portConstraint=eastwest;top=0;left=0;right=0;bottom=0;" value="" vertex="1">
          <mxGeometry height="30" width="180" y="60" as="geometry" />
        </mxCell>
        <mxCell id="jeW91b3SFmuc4ZiNpk8l-58" parent="jeW91b3SFmuc4ZiNpk8l-57" style="shape=partialRectangle;connectable=0;fillColor=none;top=0;left=0;bottom=0;right=0;editable=1;overflow=hidden;whiteSpace=wrap;html=1;" value="&lt;b&gt;FK&lt;/b&gt;" vertex="1">
          <mxGeometry height="30" width="30" as="geometry">
            <mxRectangle height="30" width="30" as="alternateBounds" />
          </mxGeometry>
        </mxCell>
        <mxCell id="jeW91b3SFmuc4ZiNpk8l-59" parent="jeW91b3SFmuc4ZiNpk8l-57" style="shape=partialRectangle;connectable=0;fillColor=none;top=0;left=0;bottom=0;right=0;align=left;spacingLeft=6;overflow=hidden;whiteSpace=wrap;html=1;" value="country_id" vertex="1">
          <mxGeometry height="30" width="150" x="30" as="geometry">
            <mxRectangle height="30" width="150" as="alternateBounds" />
          </mxGeometry>
        </mxCell>
        <mxCell id="jeW91b3SFmuc4ZiNpk8l-60" parent="jeW91b3SFmuc4ZiNpk8l-53" style="shape=tableRow;horizontal=0;startSize=0;swimlaneHead=0;swimlaneBody=0;fillColor=none;collapsible=0;dropTarget=0;points=[[0,0.5],[1,0.5]];portConstraint=eastwest;top=0;left=0;right=0;bottom=0;" value="" vertex="1">
          <mxGeometry height="30" width="180" y="90" as="geometry" />
        </mxCell>
        <mxCell id="jeW91b3SFmuc4ZiNpk8l-61" parent="jeW91b3SFmuc4ZiNpk8l-60" style="shape=partialRectangle;connectable=0;fillColor=none;top=0;left=0;bottom=0;right=0;editable=1;overflow=hidden;whiteSpace=wrap;html=1;" value="" vertex="1">
          <mxGeometry height="30" width="30" as="geometry">
            <mxRectangle height="30" width="30" as="alternateBounds" />
          </mxGeometry>
        </mxCell>
        <mxCell id="jeW91b3SFmuc4ZiNpk8l-62" parent="jeW91b3SFmuc4ZiNpk8l-60" style="shape=partialRectangle;connectable=0;fillColor=none;top=0;left=0;bottom=0;right=0;align=left;spacingLeft=6;overflow=hidden;whiteSpace=wrap;html=1;" value="name" vertex="1">
          <mxGeometry height="30" width="150" x="30" as="geometry">
            <mxRectangle height="30" width="150" as="alternateBounds" />
          </mxGeometry>
        </mxCell>
        <mxCell id="jeW91b3SFmuc4ZiNpk8l-63" parent="jeW91b3SFmuc4ZiNpk8l-53" style="shape=tableRow;horizontal=0;startSize=0;swimlaneHead=0;swimlaneBody=0;fillColor=none;collapsible=0;dropTarget=0;points=[[0,0.5],[1,0.5]];portConstraint=eastwest;top=0;left=0;right=0;bottom=0;" value="" vertex="1">
          <mxGeometry height="30" width="180" y="120" as="geometry" />
        </mxCell>
        <mxCell id="jeW91b3SFmuc4ZiNpk8l-64" parent="jeW91b3SFmuc4ZiNpk8l-63" style="shape=partialRectangle;connectable=0;fillColor=none;top=0;left=0;bottom=0;right=0;editable=1;overflow=hidden;whiteSpace=wrap;html=1;" value="" vertex="1">
          <mxGeometry height="30" width="30" as="geometry">
            <mxRectangle height="30" width="30" as="alternateBounds" />
          </mxGeometry>
        </mxCell>
        <mxCell id="jeW91b3SFmuc4ZiNpk8l-65" parent="jeW91b3SFmuc4ZiNpk8l-63" style="shape=partialRectangle;connectable=0;fillColor=none;top=0;left=0;bottom=0;right=0;align=left;spacingLeft=6;overflow=hidden;whiteSpace=wrap;html=1;" value="demonym&amp;nbsp;" vertex="1">
          <mxGeometry height="30" width="150" x="30" as="geometry">
            <mxRectangle height="30" width="150" as="alternateBounds" />
          </mxGeometry>
        </mxCell>
        <mxCell id="jeW91b3SFmuc4ZiNpk8l-69" parent="jeW91b3SFmuc4ZiNpk8l-53" style="shape=tableRow;horizontal=0;startSize=0;swimlaneHead=0;swimlaneBody=0;fillColor=none;collapsible=0;dropTarget=0;points=[[0,0.5],[1,0.5]];portConstraint=eastwest;top=0;left=0;right=0;bottom=0;" vertex="1">
          <mxGeometry height="30" width="180" y="150" as="geometry" />
        </mxCell>
        <mxCell id="jeW91b3SFmuc4ZiNpk8l-70" parent="jeW91b3SFmuc4ZiNpk8l-69" style="shape=partialRectangle;connectable=0;fillColor=none;top=0;left=0;bottom=0;right=0;editable=1;overflow=hidden;whiteSpace=wrap;html=1;" vertex="1">
          <mxGeometry height="30" width="30" as="geometry">
            <mxRectangle height="30" width="30" as="alternateBounds" />
          </mxGeometry>
        </mxCell>
        <mxCell id="jeW91b3SFmuc4ZiNpk8l-71" parent="jeW91b3SFmuc4ZiNpk8l-69" style="shape=partialRectangle;connectable=0;fillColor=none;top=0;left=0;bottom=0;right=0;align=left;spacingLeft=6;overflow=hidden;whiteSpace=wrap;html=1;" value="iso_code" vertex="1">
          <mxGeometry height="30" width="150" x="30" as="geometry">
            <mxRectangle height="30" width="150" as="alternateBounds" />
          </mxGeometry>
        </mxCell>
        <mxCell id="jeW91b3SFmuc4ZiNpk8l-66" parent="jeW91b3SFmuc4ZiNpk8l-53" style="shape=tableRow;horizontal=0;startSize=0;swimlaneHead=0;swimlaneBody=0;fillColor=none;collapsible=0;dropTarget=0;points=[[0,0.5],[1,0.5]];portConstraint=eastwest;top=0;left=0;right=0;bottom=0;" vertex="1">
          <mxGeometry height="30" width="180" y="180" as="geometry" />
        </mxCell>
        <mxCell id="jeW91b3SFmuc4ZiNpk8l-67" parent="jeW91b3SFmuc4ZiNpk8l-66" style="shape=partialRectangle;connectable=0;fillColor=none;top=0;left=0;bottom=0;right=0;editable=1;overflow=hidden;whiteSpace=wrap;html=1;" vertex="1">
          <mxGeometry height="30" width="30" as="geometry">
            <mxRectangle height="30" width="30" as="alternateBounds" />
          </mxGeometry>
        </mxCell>
        <mxCell id="jeW91b3SFmuc4ZiNpk8l-68" parent="jeW91b3SFmuc4ZiNpk8l-66" style="shape=partialRectangle;connectable=0;fillColor=none;top=0;left=0;bottom=0;right=0;align=left;spacingLeft=6;overflow=hidden;whiteSpace=wrap;html=1;" value="status" vertex="1">
          <mxGeometry height="30" width="150" x="30" as="geometry">
            <mxRectangle height="30" width="150" as="alternateBounds" />
          </mxGeometry>
        </mxCell>
        <mxCell id="jeW91b3SFmuc4ZiNpk8l-75" parent="1" style="shape=table;startSize=30;container=1;collapsible=1;childLayout=tableLayout;fixedRows=1;rowLines=0;fontStyle=1;align=center;resizeLast=1;html=1;fillColor=#97D077;" value="genders" vertex="1">
-           <mxGeometry height="120" width="180" x="240" y="690" as="geometry" />
+           <mxGeometry height="120" width="180" x="280" y="690" as="geometry" />
        </mxCell>
        <mxCell id="jeW91b3SFmuc4ZiNpk8l-76" parent="jeW91b3SFmuc4ZiNpk8l-75" style="shape=tableRow;horizontal=0;startSize=0;swimlaneHead=0;swimlaneBody=0;fillColor=none;collapsible=0;dropTarget=0;points=[[0,0.5],[1,0.5]];portConstraint=eastwest;top=0;left=0;right=0;bottom=1;" value="" vertex="1">
          <mxGeometry height="30" width="180" y="30" as="geometry" />
        </mxCell>
        <mxCell id="jeW91b3SFmuc4ZiNpk8l-77" parent="jeW91b3SFmuc4ZiNpk8l-76" style="shape=partialRectangle;connectable=0;fillColor=none;top=0;left=0;bottom=0;right=0;fontStyle=1;overflow=hidden;whiteSpace=wrap;html=1;" value="PK" vertex="1">
          <mxGeometry height="30" width="30" as="geometry">
            <mxRectangle height="30" width="30" as="alternateBounds" />
          </mxGeometry>
        </mxCell>
        <mxCell id="jeW91b3SFmuc4ZiNpk8l-78" parent="jeW91b3SFmuc4ZiNpk8l-76" style="shape=partialRectangle;connectable=0;fillColor=none;top=0;left=0;bottom=0;right=0;align=left;spacingLeft=6;fontStyle=5;overflow=hidden;whiteSpace=wrap;html=1;" value="id" vertex="1">
          <mxGeometry height="30" width="150" x="30" as="geometry">
            <mxRectangle height="30" width="150" as="alternateBounds" />
          </mxGeometry>
        </mxCell>
        <mxCell id="jeW91b3SFmuc4ZiNpk8l-79" parent="jeW91b3SFmuc4ZiNpk8l-75" style="shape=tableRow;horizontal=0;startSize=0;swimlaneHead=0;swimlaneBody=0;fillColor=none;collapsible=0;dropTarget=0;points=[[0,0.5],[1,0.5]];portConstraint=eastwest;top=0;left=0;right=0;bottom=0;" value="" vertex="1">
          <mxGeometry height="30" width="180" y="60" as="geometry" />
        </mxCell>
        <mxCell id="jeW91b3SFmuc4ZiNpk8l-80" parent="jeW91b3SFmuc4ZiNpk8l-79" style="shape=partialRectangle;connectable=0;fillColor=none;top=0;left=0;bottom=0;right=0;editable=1;overflow=hidden;whiteSpace=wrap;html=1;" value="" vertex="1">
          <mxGeometry height="30" width="30" as="geometry">
            <mxRectangle height="30" width="30" as="alternateBounds" />
          </mxGeometry>
        </mxCell>
        <mxCell id="jeW91b3SFmuc4ZiNpk8l-81" parent="jeW91b3SFmuc4ZiNpk8l-79" style="shape=partialRectangle;connectable=0;fillColor=none;top=0;left=0;bottom=0;right=0;align=left;spacingLeft=6;overflow=hidden;whiteSpace=wrap;html=1;" value="name" vertex="1">
          <mxGeometry height="30" width="150" x="30" as="geometry">
            <mxRectangle height="30" width="150" as="alternateBounds" />
          </mxGeometry>
        </mxCell>
        <mxCell id="jeW91b3SFmuc4ZiNpk8l-82" parent="jeW91b3SFmuc4ZiNpk8l-75" style="shape=tableRow;horizontal=0;startSize=0;swimlaneHead=0;swimlaneBody=0;fillColor=none;collapsible=0;dropTarget=0;points=[[0,0.5],[1,0.5]];portConstraint=eastwest;top=0;left=0;right=0;bottom=0;" value="" vertex="1">
          <mxGeometry height="30" width="180" y="90" as="geometry" />
        </mxCell>
        <mxCell id="jeW91b3SFmuc4ZiNpk8l-83" parent="jeW91b3SFmuc4ZiNpk8l-82" style="shape=partialRectangle;connectable=0;fillColor=none;top=0;left=0;bottom=0;right=0;editable=1;overflow=hidden;whiteSpace=wrap;html=1;" value="" vertex="1">
          <mxGeometry height="30" width="30" as="geometry">
            <mxRectangle height="30" width="30" as="alternateBounds" />
          </mxGeometry>
        </mxCell>
        <mxCell id="jeW91b3SFmuc4ZiNpk8l-84" parent="jeW91b3SFmuc4ZiNpk8l-82" style="shape=partialRectangle;connectable=0;fillColor=none;top=0;left=0;bottom=0;right=0;align=left;spacingLeft=6;overflow=hidden;whiteSpace=wrap;html=1;" value="status" vertex="1">
          <mxGeometry height="30" width="150" x="30" as="geometry">
            <mxRectangle height="30" width="150" as="alternateBounds" />
          </mxGeometry>
        </mxCell>
        <mxCell id="jeW91b3SFmuc4ZiNpk8l-88" parent="1" style="shape=table;startSize=30;container=1;collapsible=1;childLayout=tableLayout;fixedRows=1;rowLines=0;fontStyle=1;align=center;resizeLast=1;html=1;fillColor=#97D077;" value="indicator_categories" vertex="1">
-           <mxGeometry height="180" width="180" x="280" y="320" as="geometry" />
+           <mxGeometry height="210" width="180" x="280" y="320" as="geometry" />
        </mxCell>
        <mxCell id="jeW91b3SFmuc4ZiNpk8l-89" parent="jeW91b3SFmuc4ZiNpk8l-88" style="shape=tableRow;horizontal=0;startSize=0;swimlaneHead=0;swimlaneBody=0;fillColor=none;collapsible=0;dropTarget=0;points=[[0,0.5],[1,0.5]];portConstraint=eastwest;top=0;left=0;right=0;bottom=1;" value="" vertex="1">
          <mxGeometry height="30" width="180" y="30" as="geometry" />
        </mxCell>
        <mxCell id="jeW91b3SFmuc4ZiNpk8l-90" parent="jeW91b3SFmuc4ZiNpk8l-89" style="shape=partialRectangle;connectable=0;fillColor=none;top=0;left=0;bottom=0;right=0;fontStyle=1;overflow=hidden;whiteSpace=wrap;html=1;" value="PK" vertex="1">
          <mxGeometry height="30" width="30" as="geometry">
            <mxRectangle height="30" width="30" as="alternateBounds" />
          </mxGeometry>
        </mxCell>
        <mxCell id="jeW91b3SFmuc4ZiNpk8l-91" parent="jeW91b3SFmuc4ZiNpk8l-89" style="shape=partialRectangle;connectable=0;fillColor=none;top=0;left=0;bottom=0;right=0;align=left;spacingLeft=6;fontStyle=5;overflow=hidden;whiteSpace=wrap;html=1;" value="id" vertex="1">
          <mxGeometry height="30" width="150" x="30" as="geometry">
            <mxRectangle height="30" width="150" as="alternateBounds" />
          </mxGeometry>
        </mxCell>
        <mxCell id="jeW91b3SFmuc4ZiNpk8l-92" parent="jeW91b3SFmuc4ZiNpk8l-88" style="shape=tableRow;horizontal=0;startSize=0;swimlaneHead=0;swimlaneBody=0;fillColor=none;collapsible=0;dropTarget=0;points=[[0,0.5],[1,0.5]];portConstraint=eastwest;top=0;left=0;right=0;bottom=0;" value="" vertex="1">
          <mxGeometry height="30" width="180" y="60" as="geometry" />
        </mxCell>
        <mxCell id="jeW91b3SFmuc4ZiNpk8l-93" parent="jeW91b3SFmuc4ZiNpk8l-92" style="shape=partialRectangle;connectable=0;fillColor=none;top=0;left=0;bottom=0;right=0;editable=1;overflow=hidden;whiteSpace=wrap;html=1;" value="&lt;b&gt;FK&lt;/b&gt;" vertex="1">
          <mxGeometry height="30" width="30" as="geometry">
            <mxRectangle height="30" width="30" as="alternateBounds" />
          </mxGeometry>
        </mxCell>
        <mxCell id="jeW91b3SFmuc4ZiNpk8l-94" parent="jeW91b3SFmuc4ZiNpk8l-92" style="shape=partialRectangle;connectable=0;fillColor=none;top=0;left=0;bottom=0;right=0;align=left;spacingLeft=6;overflow=hidden;whiteSpace=wrap;html=1;" value="indicator_id" vertex="1">
          <mxGeometry height="30" width="150" x="30" as="geometry">
            <mxRectangle height="30" width="150" as="alternateBounds" />
          </mxGeometry>
        </mxCell>
        <mxCell id="jeW91b3SFmuc4ZiNpk8l-95" parent="jeW91b3SFmuc4ZiNpk8l-88" style="shape=tableRow;horizontal=0;startSize=0;swimlaneHead=0;swimlaneBody=0;fillColor=none;collapsible=0;dropTarget=0;points=[[0,0.5],[1,0.5]];portConstraint=eastwest;top=0;left=0;right=0;bottom=0;" value="" vertex="1">
          <mxGeometry height="30" width="180" y="90" as="geometry" />
        </mxCell>
        <mxCell id="jeW91b3SFmuc4ZiNpk8l-96" parent="jeW91b3SFmuc4ZiNpk8l-95" style="shape=partialRectangle;connectable=0;fillColor=none;top=0;left=0;bottom=0;right=0;editable=1;overflow=hidden;whiteSpace=wrap;html=1;" value="" vertex="1">
          <mxGeometry height="30" width="30" as="geometry">
            <mxRectangle height="30" width="30" as="alternateBounds" />
          </mxGeometry>
        </mxCell>
        <mxCell id="jeW91b3SFmuc4ZiNpk8l-97" parent="jeW91b3SFmuc4ZiNpk8l-95" style="shape=partialRectangle;connectable=0;fillColor=none;top=0;left=0;bottom=0;right=0;align=left;spacingLeft=6;overflow=hidden;whiteSpace=wrap;html=1;" value="name" vertex="1">
          <mxGeometry height="30" width="150" x="30" as="geometry">
            <mxRectangle height="30" width="150" as="alternateBounds" />
          </mxGeometry>
        </mxCell>
+         <mxCell id="Tr3dRubQJtcB0Lx8Occ9-10" parent="jeW91b3SFmuc4ZiNpk8l-88" style="shape=tableRow;horizontal=0;startSize=0;swimlaneHead=0;swimlaneBody=0;fillColor=none;collapsible=0;dropTarget=0;points=[[0,0.5],[1,0.5]];portConstraint=eastwest;top=0;left=0;right=0;bottom=0;" vertex="1">
+           <mxGeometry height="30" width="180" y="120" as="geometry" />
+         </mxCell>
+         <mxCell id="Tr3dRubQJtcB0Lx8Occ9-11" parent="Tr3dRubQJtcB0Lx8Occ9-10" style="shape=partialRectangle;connectable=0;fillColor=none;top=0;left=0;bottom=0;right=0;editable=1;overflow=hidden;whiteSpace=wrap;html=1;" vertex="1">
+           <mxGeometry height="30" width="30" as="geometry">
+             <mxRectangle height="30" width="30" as="alternateBounds" />
+           </mxGeometry>
+         </mxCell>
+         <mxCell id="Tr3dRubQJtcB0Lx8Occ9-12" parent="Tr3dRubQJtcB0Lx8Occ9-10" style="shape=partialRectangle;connectable=0;fillColor=none;top=0;left=0;bottom=0;right=0;align=left;spacingLeft=6;overflow=hidden;whiteSpace=wrap;html=1;" value="center_id" vertex="1">
+           <mxGeometry height="30" width="150" x="30" as="geometry">
+             <mxRectangle height="30" width="150" as="alternateBounds" />
+           </mxGeometry>
+         </mxCell>
        <mxCell id="jeW91b3SFmuc4ZiNpk8l-98" parent="jeW91b3SFmuc4ZiNpk8l-88" style="shape=tableRow;horizontal=0;startSize=0;swimlaneHead=0;swimlaneBody=0;fillColor=none;collapsible=0;dropTarget=0;points=[[0,0.5],[1,0.5]];portConstraint=eastwest;top=0;left=0;right=0;bottom=0;" value="" vertex="1">
-           <mxGeometry height="30" width="180" y="120" as="geometry" />
+           <mxGeometry height="30" width="180" y="150" as="geometry" />
        </mxCell>
        <mxCell id="jeW91b3SFmuc4ZiNpk8l-99" parent="jeW91b3SFmuc4ZiNpk8l-98" style="shape=partialRectangle;connectable=0;fillColor=none;top=0;left=0;bottom=0;right=0;editable=1;overflow=hidden;whiteSpace=wrap;html=1;" value="" vertex="1">
          <mxGeometry height="30" width="30" as="geometry">
            <mxRectangle height="30" width="30" as="alternateBounds" />
          </mxGeometry>
        </mxCell>
        <mxCell id="jeW91b3SFmuc4ZiNpk8l-100" parent="jeW91b3SFmuc4ZiNpk8l-98" style="shape=partialRectangle;connectable=0;fillColor=none;top=0;left=0;bottom=0;right=0;align=left;spacingLeft=6;overflow=hidden;whiteSpace=wrap;html=1;" value="&lt;font style=&quot;color: rgb(255, 153, 51);&quot;&gt;description ?&lt;/font&gt;" vertex="1">
          <mxGeometry height="30" width="150" x="30" as="geometry">
            <mxRectangle height="30" width="150" as="alternateBounds" />
          </mxGeometry>
        </mxCell>
        <mxCell id="jeW91b3SFmuc4ZiNpk8l-104" parent="jeW91b3SFmuc4ZiNpk8l-88" style="shape=tableRow;horizontal=0;startSize=0;swimlaneHead=0;swimlaneBody=0;fillColor=none;collapsible=0;dropTarget=0;points=[[0,0.5],[1,0.5]];portConstraint=eastwest;top=0;left=0;right=0;bottom=0;" vertex="1">
-           <mxGeometry height="30" width="180" y="150" as="geometry" />
+           <mxGeometry height="30" width="180" y="180" as="geometry" />
        </mxCell>
        <mxCell id="jeW91b3SFmuc4ZiNpk8l-105" parent="jeW91b3SFmuc4ZiNpk8l-104" style="shape=partialRectangle;connectable=0;fillColor=none;top=0;left=0;bottom=0;right=0;editable=1;overflow=hidden;whiteSpace=wrap;html=1;" vertex="1">
          <mxGeometry height="30" width="30" as="geometry">
            <mxRectangle height="30" width="30" as="alternateBounds" />
          </mxGeometry>
        </mxCell>
        <mxCell id="jeW91b3SFmuc4ZiNpk8l-106" parent="jeW91b3SFmuc4ZiNpk8l-104" style="shape=partialRectangle;connectable=0;fillColor=none;top=0;left=0;bottom=0;right=0;align=left;spacingLeft=6;overflow=hidden;whiteSpace=wrap;html=1;" value="status" vertex="1">
          <mxGeometry height="30" width="150" x="30" as="geometry">
            <mxRectangle height="30" width="150" as="alternateBounds" />
          </mxGeometry>
        </mxCell>
        <mxCell id="jeW91b3SFmuc4ZiNpk8l-107" parent="1" style="shape=table;startSize=30;container=1;collapsible=1;childLayout=tableLayout;fixedRows=1;rowLines=0;fontStyle=1;align=center;resizeLast=1;html=1;fillColor=#A9C4EB;" value="indicator_category_details" vertex="1">
-           <mxGeometry height="240" width="180" x="520" y="320" as="geometry" />
+           <mxGeometry height="240" width="180" x="680" y="280" as="geometry" />
        </mxCell>
        <mxCell id="jeW91b3SFmuc4ZiNpk8l-108" parent="jeW91b3SFmuc4ZiNpk8l-107" style="shape=tableRow;horizontal=0;startSize=0;swimlaneHead=0;swimlaneBody=0;fillColor=none;collapsible=0;dropTarget=0;points=[[0,0.5],[1,0.5]];portConstraint=eastwest;top=0;left=0;right=0;bottom=1;" value="" vertex="1">
          <mxGeometry height="30" width="180" y="30" as="geometry" />
        </mxCell>
        <mxCell id="jeW91b3SFmuc4ZiNpk8l-109" parent="jeW91b3SFmuc4ZiNpk8l-108" style="shape=partialRectangle;connectable=0;fillColor=none;top=0;left=0;bottom=0;right=0;fontStyle=1;overflow=hidden;whiteSpace=wrap;html=1;" value="PK" vertex="1">
          <mxGeometry height="30" width="30" as="geometry">
            <mxRectangle height="30" width="30" as="alternateBounds" />
          </mxGeometry>
        </mxCell>
        <mxCell id="jeW91b3SFmuc4ZiNpk8l-110" parent="jeW91b3SFmuc4ZiNpk8l-108" style="shape=partialRectangle;connectable=0;fillColor=none;top=0;left=0;bottom=0;right=0;align=left;spacingLeft=6;fontStyle=5;overflow=hidden;whiteSpace=wrap;html=1;" value="id" vertex="1">
          <mxGeometry height="30" width="150" x="30" as="geometry">
            <mxRectangle height="30" width="150" as="alternateBounds" />
          </mxGeometry>
        </mxCell>
        <mxCell id="jeW91b3SFmuc4ZiNpk8l-111" parent="jeW91b3SFmuc4ZiNpk8l-107" style="shape=tableRow;horizontal=0;startSize=0;swimlaneHead=0;swimlaneBody=0;fillColor=none;collapsible=0;dropTarget=0;points=[[0,0.5],[1,0.5]];portConstraint=eastwest;top=0;left=0;right=0;bottom=0;" value="" vertex="1">
          <mxGeometry height="30" width="180" y="60" as="geometry" />
        </mxCell>
        <mxCell id="jeW91b3SFmuc4ZiNpk8l-112" parent="jeW91b3SFmuc4ZiNpk8l-111" style="shape=partialRectangle;connectable=0;fillColor=none;top=0;left=0;bottom=0;right=0;editable=1;overflow=hidden;whiteSpace=wrap;html=1;" value="&lt;b&gt;FK&lt;/b&gt;" vertex="1">
          <mxGeometry height="30" width="30" as="geometry">
            <mxRectangle height="30" width="30" as="alternateBounds" />
          </mxGeometry>
        </mxCell>
        <mxCell id="jeW91b3SFmuc4ZiNpk8l-113" parent="jeW91b3SFmuc4ZiNpk8l-111" style="shape=partialRectangle;connectable=0;fillColor=none;top=0;left=0;bottom=0;right=0;align=left;spacingLeft=6;overflow=hidden;whiteSpace=wrap;html=1;" value="indicator_category_id" vertex="1">
          <mxGeometry height="30" width="150" x="30" as="geometry">
            <mxRectangle height="30" width="150" as="alternateBounds" />
          </mxGeometry>
        </mxCell>
        <mxCell id="jeW91b3SFmuc4ZiNpk8l-114" parent="jeW91b3SFmuc4ZiNpk8l-107" style="shape=tableRow;horizontal=0;startSize=0;swimlaneHead=0;swimlaneBody=0;fillColor=none;collapsible=0;dropTarget=0;points=[[0,0.5],[1,0.5]];portConstraint=eastwest;top=0;left=0;right=0;bottom=0;" value="" vertex="1">
          <mxGeometry height="30" width="180" y="90" as="geometry" />
        </mxCell>
        <mxCell id="jeW91b3SFmuc4ZiNpk8l-115" parent="jeW91b3SFmuc4ZiNpk8l-114" style="shape=partialRectangle;connectable=0;fillColor=none;top=0;left=0;bottom=0;right=0;editable=1;overflow=hidden;whiteSpace=wrap;html=1;" value="" vertex="1">
          <mxGeometry height="30" width="30" as="geometry">
            <mxRectangle height="30" width="30" as="alternateBounds" />
          </mxGeometry>
        </mxCell>
        <mxCell id="jeW91b3SFmuc4ZiNpk8l-116" parent="jeW91b3SFmuc4ZiNpk8l-114" style="shape=partialRectangle;connectable=0;fillColor=none;top=0;left=0;bottom=0;right=0;align=left;spacingLeft=6;overflow=hidden;whiteSpace=wrap;html=1;" value="year_id&amp;nbsp;" vertex="1">
          <mxGeometry height="30" width="150" x="30" as="geometry">
            <mxRectangle height="30" width="150" as="alternateBounds" />
          </mxGeometry>
        </mxCell>
        <mxCell id="jeW91b3SFmuc4ZiNpk8l-117" parent="jeW91b3SFmuc4ZiNpk8l-107" style="shape=tableRow;horizontal=0;startSize=0;swimlaneHead=0;swimlaneBody=0;fillColor=none;collapsible=0;dropTarget=0;points=[[0,0.5],[1,0.5]];portConstraint=eastwest;top=0;left=0;right=0;bottom=0;" value="" vertex="1">
          <mxGeometry height="30" width="180" y="120" as="geometry" />
        </mxCell>
        <mxCell id="jeW91b3SFmuc4ZiNpk8l-118" parent="jeW91b3SFmuc4ZiNpk8l-117" style="shape=partialRectangle;connectable=0;fillColor=none;top=0;left=0;bottom=0;right=0;editable=1;overflow=hidden;whiteSpace=wrap;html=1;" value="" vertex="1">
          <mxGeometry height="30" width="30" as="geometry">
            <mxRectangle height="30" width="30" as="alternateBounds" />
          </mxGeometry>
        </mxCell>
        <mxCell id="jeW91b3SFmuc4ZiNpk8l-119" parent="jeW91b3SFmuc4ZiNpk8l-117" style="shape=partialRectangle;connectable=0;fillColor=none;top=0;left=0;bottom=0;right=0;align=left;spacingLeft=6;overflow=hidden;whiteSpace=wrap;html=1;" value="gender_id" vertex="1">
          <mxGeometry height="30" width="150" x="30" as="geometry">
            <mxRectangle height="30" width="150" as="alternateBounds" />
          </mxGeometry>
        </mxCell>
        <mxCell id="jeW91b3SFmuc4ZiNpk8l-123" parent="jeW91b3SFmuc4ZiNpk8l-107" style="shape=tableRow;horizontal=0;startSize=0;swimlaneHead=0;swimlaneBody=0;fillColor=none;collapsible=0;dropTarget=0;points=[[0,0.5],[1,0.5]];portConstraint=eastwest;top=0;left=0;right=0;bottom=0;" vertex="1">
          <mxGeometry height="30" width="180" y="150" as="geometry" />
        </mxCell>
        <mxCell id="jeW91b3SFmuc4ZiNpk8l-124" parent="jeW91b3SFmuc4ZiNpk8l-123" style="shape=partialRectangle;connectable=0;fillColor=none;top=0;left=0;bottom=0;right=0;editable=1;overflow=hidden;whiteSpace=wrap;html=1;" vertex="1">
          <mxGeometry height="30" width="30" as="geometry">
            <mxRectangle height="30" width="30" as="alternateBounds" />
          </mxGeometry>
        </mxCell>
        <mxCell id="jeW91b3SFmuc4ZiNpk8l-125" parent="jeW91b3SFmuc4ZiNpk8l-123" style="shape=partialRectangle;connectable=0;fillColor=none;top=0;left=0;bottom=0;right=0;align=left;spacingLeft=6;overflow=hidden;whiteSpace=wrap;html=1;" value="center_id" vertex="1">
          <mxGeometry height="30" width="150" x="30" as="geometry">
            <mxRectangle height="30" width="150" as="alternateBounds" />
          </mxGeometry>
        </mxCell>
        <mxCell id="jeW91b3SFmuc4ZiNpk8l-120" parent="jeW91b3SFmuc4ZiNpk8l-107" style="shape=tableRow;horizontal=0;startSize=0;swimlaneHead=0;swimlaneBody=0;fillColor=none;collapsible=0;dropTarget=0;points=[[0,0.5],[1,0.5]];portConstraint=eastwest;top=0;left=0;right=0;bottom=0;" vertex="1">
          <mxGeometry height="30" width="180" y="180" as="geometry" />
        </mxCell>
        <mxCell id="jeW91b3SFmuc4ZiNpk8l-121" parent="jeW91b3SFmuc4ZiNpk8l-120" style="shape=partialRectangle;connectable=0;fillColor=none;top=0;left=0;bottom=0;right=0;editable=1;overflow=hidden;whiteSpace=wrap;html=1;" vertex="1">
          <mxGeometry height="30" width="30" as="geometry">
            <mxRectangle height="30" width="30" as="alternateBounds" />
          </mxGeometry>
        </mxCell>
        <mxCell id="jeW91b3SFmuc4ZiNpk8l-122" parent="jeW91b3SFmuc4ZiNpk8l-120" style="shape=partialRectangle;connectable=0;fillColor=none;top=0;left=0;bottom=0;right=0;align=left;spacingLeft=6;overflow=hidden;whiteSpace=wrap;html=1;" value="quantity" vertex="1">
          <mxGeometry height="30" width="150" x="30" as="geometry">
            <mxRectangle height="30" width="150" as="alternateBounds" />
          </mxGeometry>
        </mxCell>
        <mxCell id="jeW91b3SFmuc4ZiNpk8l-126" parent="jeW91b3SFmuc4ZiNpk8l-107" style="shape=tableRow;horizontal=0;startSize=0;swimlaneHead=0;swimlaneBody=0;fillColor=none;collapsible=0;dropTarget=0;points=[[0,0.5],[1,0.5]];portConstraint=eastwest;top=0;left=0;right=0;bottom=0;" vertex="1">
          <mxGeometry height="30" width="180" y="210" as="geometry" />
        </mxCell>
        <mxCell id="jeW91b3SFmuc4ZiNpk8l-127" parent="jeW91b3SFmuc4ZiNpk8l-126" style="shape=partialRectangle;connectable=0;fillColor=none;top=0;left=0;bottom=0;right=0;editable=1;overflow=hidden;whiteSpace=wrap;html=1;" vertex="1">
          <mxGeometry height="30" width="30" as="geometry">
            <mxRectangle height="30" width="30" as="alternateBounds" />
          </mxGeometry>
        </mxCell>
        <mxCell id="jeW91b3SFmuc4ZiNpk8l-128" parent="jeW91b3SFmuc4ZiNpk8l-126" style="shape=partialRectangle;connectable=0;fillColor=none;top=0;left=0;bottom=0;right=0;align=left;spacingLeft=6;overflow=hidden;whiteSpace=wrap;html=1;" value="status" vertex="1">
          <mxGeometry height="30" width="150" x="30" as="geometry">
            <mxRectangle height="30" width="150" as="alternateBounds" />
          </mxGeometry>
        </mxCell>
        <mxCell id="jeW91b3SFmuc4ZiNpk8l-129" edge="1" parent="1" source="jeW91b3SFmuc4ZiNpk8l-41" style="edgeStyle=entityRelationEdgeStyle;fontSize=12;html=1;endArrow=ERoneToMany;rounded=0;" target="jeW91b3SFmuc4ZiNpk8l-57" value="">
          <mxGeometry height="100" relative="1" width="100" as="geometry">
            <mxPoint x="360" y="190" as="sourcePoint" />
            <mxPoint x="460" y="90" as="targetPoint" />
          </mxGeometry>
        </mxCell>
        <mxCell id="jeW91b3SFmuc4ZiNpk8l-130" edge="1" parent="1" source="jeW91b3SFmuc4ZiNpk8l-54" style="edgeStyle=entityRelationEdgeStyle;fontSize=12;html=1;endArrow=ERoneToMany;rounded=0;" target="jeW91b3SFmuc4ZiNpk8l-31" value="">
          <mxGeometry height="100" relative="1" width="100" as="geometry">
            <mxPoint x="360" y="190" as="sourcePoint" />
            <mxPoint x="460" y="90" as="targetPoint" />
          </mxGeometry>
        </mxCell>
        <mxCell id="jeW91b3SFmuc4ZiNpk8l-131" edge="1" parent="1" source="jeW91b3SFmuc4ZiNpk8l-15" style="edgeStyle=entityRelationEdgeStyle;fontSize=12;html=1;endArrow=ERoneToMany;rounded=0;" target="jeW91b3SFmuc4ZiNpk8l-92" value="">
          <mxGeometry height="100" relative="1" width="100" as="geometry">
            <mxPoint x="360" y="290" as="sourcePoint" />
            <mxPoint x="460" y="190" as="targetPoint" />
          </mxGeometry>
        </mxCell>
        <mxCell id="jeW91b3SFmuc4ZiNpk8l-132" edge="1" parent="1" source="jeW91b3SFmuc4ZiNpk8l-89" style="edgeStyle=entityRelationEdgeStyle;fontSize=12;html=1;endArrow=ERoneToMany;rounded=0;" target="jeW91b3SFmuc4ZiNpk8l-111" value="">
          <mxGeometry height="100" relative="1" width="100" as="geometry">
            <mxPoint x="360" y="390" as="sourcePoint" />
            <mxPoint x="460" y="290" as="targetPoint" />
          </mxGeometry>
        </mxCell>
        <mxCell id="jeW91b3SFmuc4ZiNpk8l-133" edge="1" parent="1" source="jeW91b3SFmuc4ZiNpk8l-28" style="edgeStyle=entityRelationEdgeStyle;fontSize=12;html=1;endArrow=ERoneToMany;rounded=0;" target="jeW91b3SFmuc4ZiNpk8l-123" value="">
          <mxGeometry height="100" relative="1" width="100" as="geometry">
            <mxPoint x="226.04000000000002" y="210" as="sourcePoint" />
            <mxPoint x="230.00000000000006" y="619" as="targetPoint" />
          </mxGeometry>
        </mxCell>
        <mxCell id="jeW91b3SFmuc4ZiNpk8l-134" edge="1" parent="1" source="jeW91b3SFmuc4ZiNpk8l-2" style="edgeStyle=entityRelationEdgeStyle;fontSize=12;html=1;endArrow=ERoneToMany;rounded=0;" target="jeW91b3SFmuc4ZiNpk8l-114" value="">
          <mxGeometry height="100" relative="1" width="100" as="geometry">
            <mxPoint x="360" y="470" as="sourcePoint" />
            <mxPoint x="460" y="370" as="targetPoint" />
          </mxGeometry>
        </mxCell>
        <mxCell id="jeW91b3SFmuc4ZiNpk8l-135" edge="1" parent="1" source="jeW91b3SFmuc4ZiNpk8l-76" style="edgeStyle=entityRelationEdgeStyle;fontSize=12;html=1;endArrow=ERoneToMany;rounded=0;" target="jeW91b3SFmuc4ZiNpk8l-117" value="">
          <mxGeometry height="100" relative="1" width="100" as="geometry">
            <mxPoint x="360" y="670" as="sourcePoint" />
            <mxPoint x="460" y="570" as="targetPoint" />
          </mxGeometry>
        </mxCell>
      </root>
    </mxGraphModel>
  </diagram>
</mxfile>
